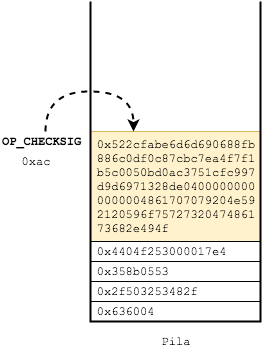
Above: img/Bitcoin_transactions_stack_10.png in JavDomGom/Bitcoin_script_language (draw.io), before the change. Source tidied: cells renumbered, new cells last; positions are measured from the earlier drawing's top-left corner, leaving out a move shared by most shapes. The source it was exported from:
```xml
<mxGraphModel>
  <root>
    <mxCell id="0" />
    <mxCell id="1" parent="0" />
    <mxCell id="2" value="Pila" style="text;html=1;strokeColor=none;fillColor=none;align=center;verticalAlign=middle;whiteSpace=wrap;rounded=0;fontFamily=Courier New;" parent="1" vertex="1">
      <mxGeometry x="155" y="330" width="40" height="20" as="geometry" />
    </mxCell>
    <mxCell id="3" value="&lt;div&gt;0x522cfabe6d6d690688fb&lt;/div&gt;&lt;div&gt;886c0df0c87cbc7ea4f7f1&lt;/div&gt;&lt;div&gt;b5c0050bd0ac3751cfc997&lt;/div&gt;&lt;div&gt;d9d6971328de0400000000&lt;/div&gt;&lt;div&gt;0000004861707079204e59&lt;/div&gt;&lt;div&gt;2120596f75727320474861&lt;/div&gt;&lt;div&gt;73682e494f&amp;nbsp; &amp;nbsp; &amp;nbsp; &amp;nbsp; &amp;nbsp; &amp;nbsp;&amp;nbsp;&lt;/div&gt;" style="text;html=1;strokeColor=#d6b656;fillColor=#fff2cc;align=center;verticalAlign=middle;whiteSpace=wrap;rounded=0;fontFamily=Courier New;" parent="1" vertex="1">
      <mxGeometry x="90" y="130" width="170" height="110" as="geometry" />
    </mxCell>
    <mxCell id="4" style="endArrow=none;html=1;rounded=0;strokeWidth=2;" parent="1" edge="1">
      <mxGeometry relative="1" as="geometry">
        <mxPoint x="260" as="sourcePoint" />
        <mxPoint x="90" as="targetPoint" />
        <Array as="points">
          <mxPoint x="260" y="320" />
          <mxPoint x="90" y="320" />
        </Array>
      </mxGeometry>
    </mxCell>
    <mxCell id="5" value="&lt;span&gt;OP_&lt;/span&gt;CHECKSIG&lt;br&gt;" style="text;html=1;strokeColor=none;fillColor=none;align=left;verticalAlign=middle;whiteSpace=wrap;rounded=0;fontFamily=Courier New;fontStyle=1;" parent="1" vertex="1">
      <mxGeometry y="130" width="90" height="20" as="geometry" />
    </mxCell>
    <mxCell id="6" style="curved=1;endArrow=classic;html=1;strokeWidth=2;fontFamily=Courier New;exitX=0.5;exitY=0;exitDx=0;exitDy=0;entryX=0.25;entryY=0;entryDx=0;entryDy=0;dashed=1;" parent="1" edge="1" source="5" target="3">
      <mxGeometry relative="1" as="geometry">
        <Array as="points">
          <mxPoint x="45" y="90" />
          <mxPoint x="133" y="90" />
        </Array>
      </mxGeometry>
    </mxCell>
    <mxCell id="7" value="&lt;span&gt;0x636004&amp;nbsp; &amp;nbsp; &amp;nbsp; &amp;nbsp; &amp;nbsp; &amp;nbsp; &amp;nbsp;&amp;nbsp;&lt;/span&gt;" style="text;html=1;strokeColor=#000000;fillColor=none;align=center;verticalAlign=middle;whiteSpace=wrap;rounded=0;fontFamily=Courier New;" parent="1" vertex="1">
      <mxGeometry x="90" y="300" width="170" height="20" as="geometry" />
    </mxCell>
    <mxCell id="8" value="&lt;span&gt;0x2f503253482f&amp;nbsp; &amp;nbsp; &amp;nbsp; &amp;nbsp;&amp;nbsp;&lt;/span&gt;&lt;br&gt;" style="text;html=1;strokeColor=#000000;fillColor=none;align=center;verticalAlign=middle;whiteSpace=wrap;rounded=0;fontFamily=Courier New;" parent="1" vertex="1">
      <mxGeometry x="90" y="280" width="170" height="20" as="geometry" />
    </mxCell>
    <mxCell id="9" value="&lt;span&gt;0x358b0553&amp;nbsp; &amp;nbsp; &amp;nbsp; &amp;nbsp; &amp;nbsp; &amp;nbsp;&amp;nbsp;&lt;/span&gt;&lt;br&gt;" style="text;html=1;strokeColor=#000000;fillColor=none;align=center;verticalAlign=middle;whiteSpace=wrap;rounded=0;fontFamily=Courier New;" parent="1" vertex="1">
      <mxGeometry x="90" y="260" width="170" height="20" as="geometry" />
    </mxCell>
    <mxCell id="10" value="&lt;span&gt;0x4404f253000017e4&amp;nbsp; &amp;nbsp;&amp;nbsp;&lt;/span&gt;&lt;br&gt;" style="text;html=1;strokeColor=#000000;fillColor=none;align=center;verticalAlign=middle;whiteSpace=wrap;rounded=0;fontFamily=Courier New;" parent="1" vertex="1">
      <mxGeometry x="90" y="240" width="170" height="20" as="geometry" />
    </mxCell>
    <mxCell id="11" value="0xac" style="text;html=1;strokeColor=none;fillColor=none;align=center;verticalAlign=middle;whiteSpace=wrap;rounded=0;fontFamily=Courier New;" parent="1" vertex="1">
      <mxGeometry x="15" y="150" width="40" height="20" as="geometry" />
    </mxCell>
  </root>
</mxGraphModel>
```
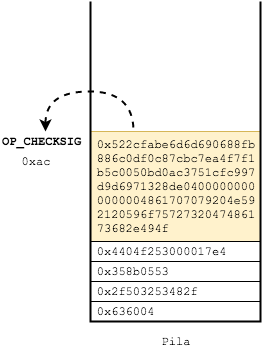
After the change.

Change to the diagram source:
```diff
@@ -21,7 +21,7 @@
     <mxCell id="5" value="&lt;span&gt;OP_&lt;/span&gt;CHECKSIG&lt;br&gt;" style="text;html=1;strokeColor=none;fillColor=none;align=left;verticalAlign=middle;whiteSpace=wrap;rounded=0;fontFamily=Courier New;fontStyle=1;" parent="1" vertex="1">
       <mxGeometry y="130" width="90" height="20" as="geometry" />
     </mxCell>
-    <mxCell id="6" style="curved=1;endArrow=classic;html=1;strokeWidth=2;fontFamily=Courier New;exitX=0.5;exitY=0;exitDx=0;exitDy=0;entryX=0.25;entryY=0;entryDx=0;entryDy=0;dashed=1;" parent="1" edge="1" source="5" target="3">
+    <mxCell id="6" style="curved=1;endArrow=none;html=1;strokeWidth=2;fontFamily=Courier New;exitX=0.5;exitY=0;exitDx=0;exitDy=0;entryX=0.25;entryY=0;entryDx=0;entryDy=0;dashed=1;startArrow=classic;startFill=1;endFill=0;" parent="1" edge="1" source="5" target="3">
       <mxGeometry relative="1" as="geometry">
         <Array as="points">
           <mxPoint x="45" y="90" />
```
